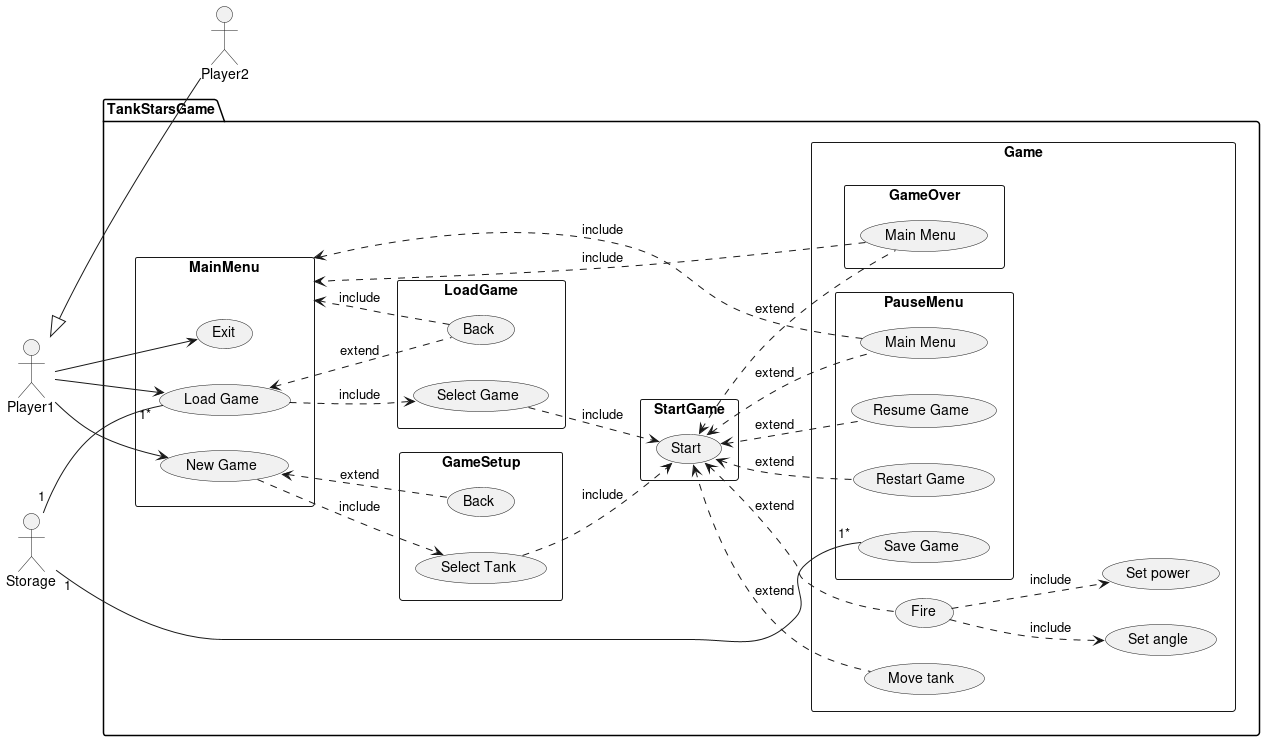
This is uml_diagrams/useCase.png from prateek21081/tank-stars-game, a PlantUML export, as it was before one commit.
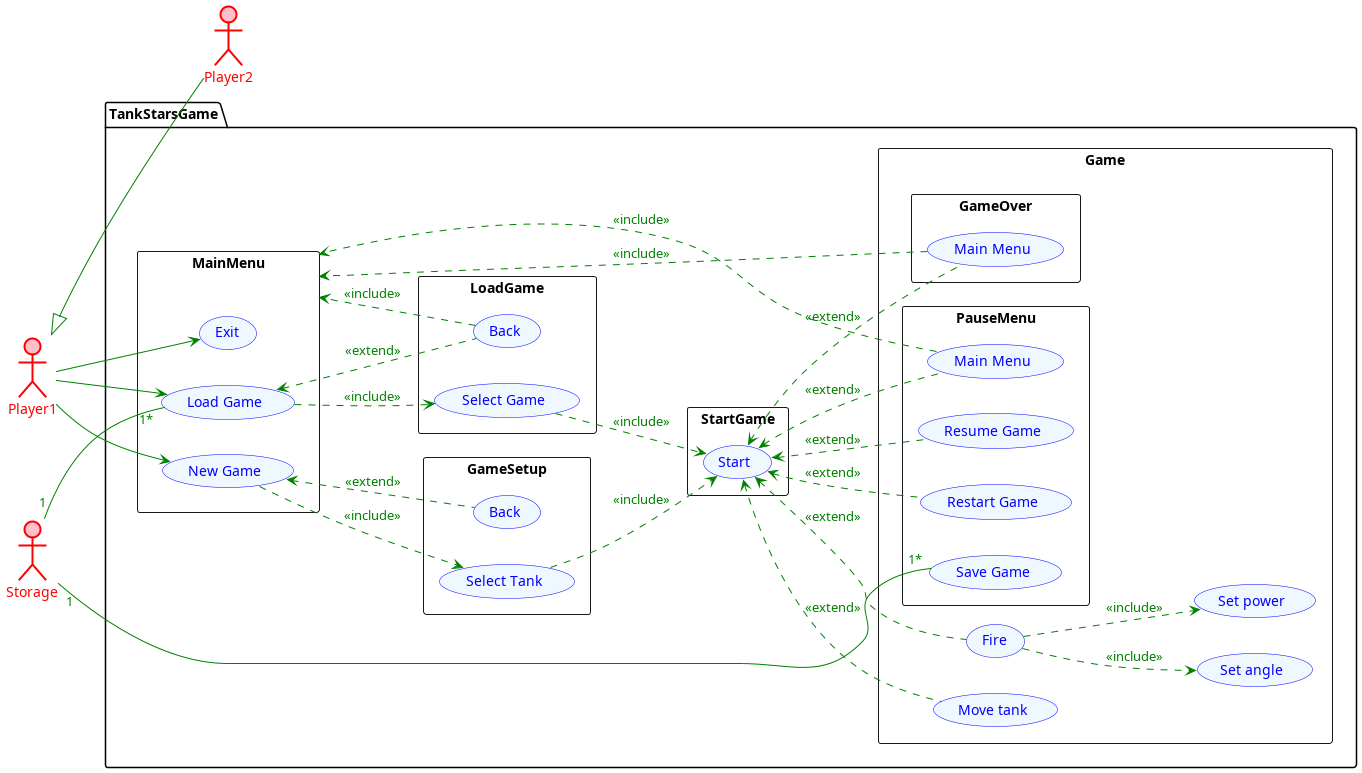
Above is the later version.

Commit message:
update: add color to use case diagram

Diff of the diagram source:
```diff
@@ -1,84 +1,83 @@
 @startuml
 left to right direction
 
-actor Player1 as P1
-actor Player2 as P2
-actor Storage as S
+actor Player1 as P1 #pink;line:red;line.bold;text:red
+actor Player2 as P2 #pink;line:red;line.bold;text:red
+actor Storage as S #pink;line:red;line.bold;text:red
 
 package TankStarsGame {
 
 rectangle MainMenu {
-    usecase "New Game" as newGame
-    usecase "Load Game" as loadGame
-    usecase "Exit" as exit
+    usecase "New Game" as newGame #aliceblue;line:blue;text:blue
+    usecase "Load Game" as loadGame #aliceblue;line:blue;text:blue
+    usecase "Exit" as exit #aliceblue;line:blue;text:blue
 }
 
-
 rectangle GameSetup {
-    usecase "Select Tank" as selectTank
-    usecase "Back" as backToMenu1
+    usecase "Select Tank" as selectTank #aliceblue;line:blue;text:blue
+    usecase "Back" as backToMenu1 #aliceblue;line:blue;text:blue
 }
 
 rectangle LoadGame {
-    usecase "Select Game" as selectGame
-    usecase "Back" as backToMenu2
+    usecase "Select Game" as selectGame #aliceblue;line:blue;text:blue
+    usecase "Back" as backToMenu2 #aliceblue;line:blue;text:blue
 }
 
 rectangle StartGame {
-    usecase "Start" as startGame
+    usecase "Start" as startGame #aliceblue;line:blue;text:blue
 }
 
 rectangle Game {
-    usecase "Set angle" as setAngle
-    usecase "Set power" as setPower
-    usecase "Move tank" as moveTank
-    usecase "Fire" as fire
+    usecase "Set angle" as setAngle #aliceblue;line:blue;text:blue
+    usecase "Set power" as setPower #aliceblue;line:blue;text:blue
+    usecase "Move tank" as moveTank #aliceblue;line:blue;text:blue
+    usecase "Fire" as fire #aliceblue;line:blue;text:blue
 
     rectangle PauseMenu {
-        usecase "Resume Game" as resumeGame
-        usecase "Restart Game" as restartGame
-        usecase "Main Menu" as backToMenu
-        usecase "Save Game" as saveGame
+        usecase "Resume Game" as resumeGame #aliceblue;line:blue;text:blue
+        usecase "Restart Game" as restartGame #aliceblue;line:blue;text:blue
+        usecase "Main Menu" as backToMenu #aliceblue;line:blue;text:blue
+        usecase "Save Game" as saveGame #aliceblue;line:blue;text:blue
     }
 
     rectangle GameOver {
-        usecase "Restart Game" as restartGame
-        usecase "Main Menu" as backToMenu3
+        usecase "Restart Game" as restartGame #aliceblue;line:blue;text:blue
+        usecase "Main Menu" as backToMenu3 #aliceblue;line:blue;text:blue
     }
 }
 
 
-P1 --> newGame
-P1 --> loadGame
-P1 --> exit
+P1 --> newGame #green;text:green
+P1 --> loadGame #green;text:green
+P1 --> exit #green;text:green
 
-P1 <|-- P2
+P1 <|-- P2 #green;text:green
 
-newGame ..> selectTank : include
-newGame <.. backToMenu1 : extend
+newGame ..> selectTank #green;text:green : <<include>>
+newGame <.. backToMenu1 #green;text:green : <<extend>>
 
-loadGame ..> selectGame : include
-loadGame <.. backToMenu2 : extend
+loadGame ..> selectGame #green;text:green : <<include>>
+loadGame <.. backToMenu2 #green;text:green : <<extend>>
 
-selectTank ..> startGame : include
-selectGame ..> startGame : include
+selectTank ..> startGame #green;text:green : <<include>>
+selectGame ..> startGame #green;text:green : <<include>>
 
-startGame <.. resumeGame : extend
-startGame <.. backToMenu : extend
-startGame <.. restartGame : extend
-startGame <.. backToMenu3 : extend
+startGame <.. resumeGame #green;text:green : <<extend>>
+startGame <.. backToMenu #green;text:green : <<extend>>
+startGame <.. restartGame #green;text:green : <<extend>>
+startGame <.. backToMenu3 #green;text:green : <<extend>>
 
-startGame <.. fire : extend
-startGame <.. moveTank : extend
-fire ..> setAngle : include
-fire ..> setPower : include
+startGame <.. fire #green;text:green : <<extend>>
+startGame <.. moveTank #green;text:green : <<extend>>
+fire ..> setAngle #green;text:green : <<include>>
+fire ..> setPower #green;text:green : <<include>>
 
-backToMenu ..> MainMenu : include
-backToMenu2 ..> MainMenu : include
-backToMenu3 ..> MainMenu : include
+backToMenu ..> MainMenu #green;text:green : <<include>>
+backToMenu2 ..> MainMenu #green;text:green : <<include>>
+backToMenu3 ..> MainMenu #green;text:green : <<include>>
 
-S "1" -- "1*" saveGame
-S "1" -- "1*" loadGame
+S "1" -- "1*" saveGame #green;text:green
+S "1" -- "1*" loadGame #green;text:green
 
 }
 
```
